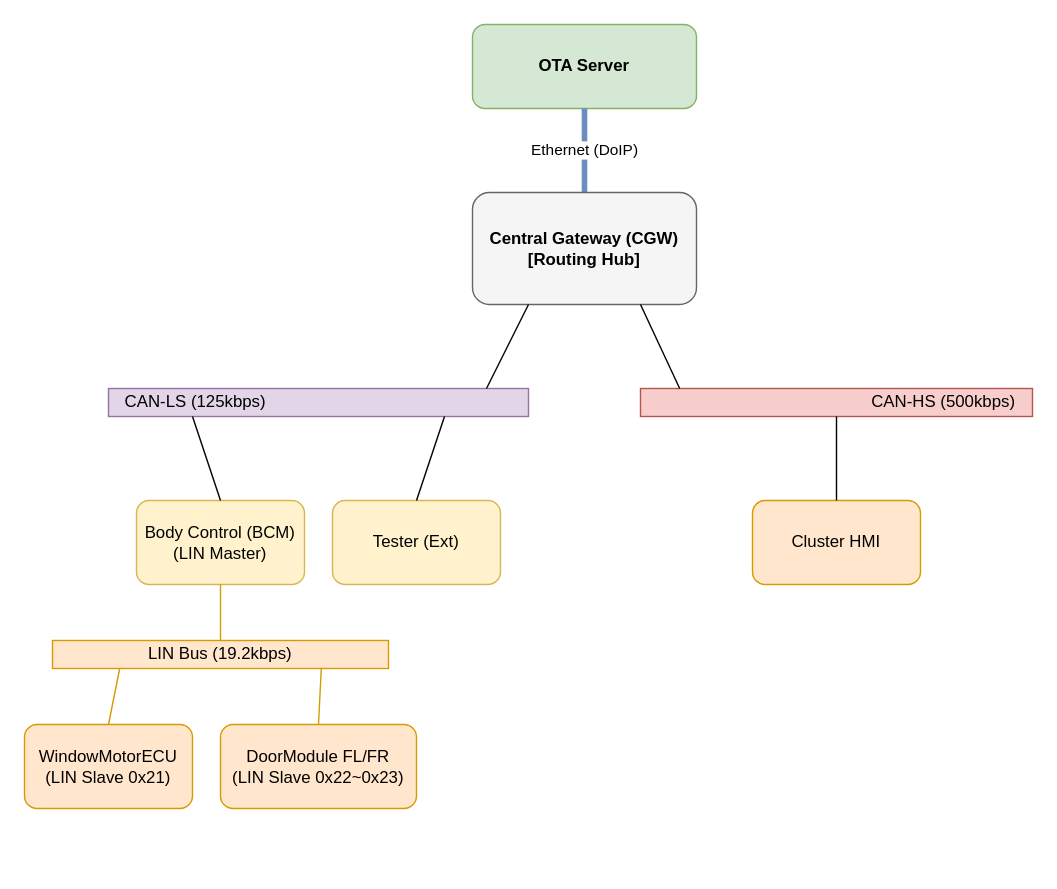
This is page "2. Network Topology" (2 of 4) of docs/sample/02_Make_Diagrams.drawio from VectorCANoe/canoe-driving-alert, a draw.io file, before an edit. Source tidied: cells renumbered, new cells numbered last; positions are measured from the earlier drawing's top-left corner, leaving out a move shared by most shapes. Both pictures are drawn from the tidied source at 140%, with x=0, y=0 at pixel (24, 24).
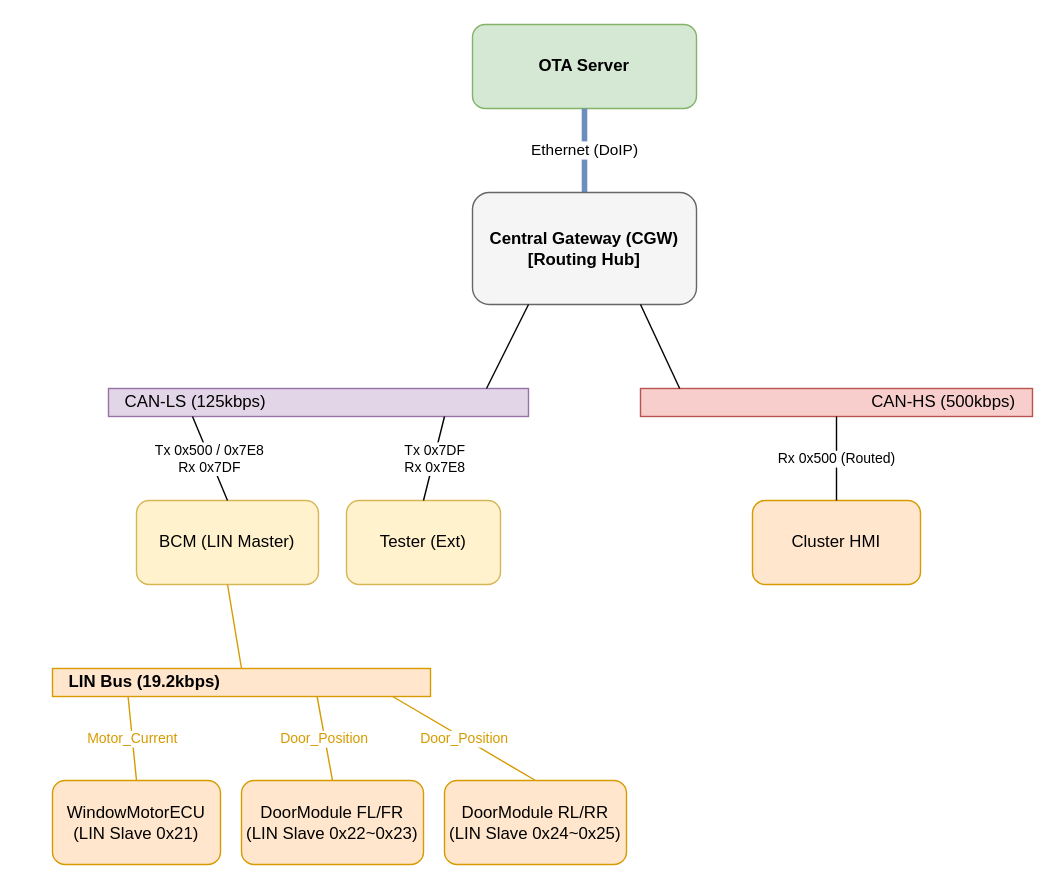
The same diagram, later.

The change refers to these unchanged cells:
```xml
<mxCell id="5" value="CAN-LS (125kbps)" style="rounded=0;whiteSpace=wrap;html=1;fillColor=#e1d5e7;strokeColor=#9673a6;align=left;spacingLeft=10;" parent="1" vertex="1">
  <mxGeometry x="60" y="260" width="300" height="20" as="geometry" />
</mxCell>
<mxCell id="6" value="CAN-HS (500kbps)" style="rounded=0;whiteSpace=wrap;html=1;fillColor=#f8cecc;strokeColor=#b85450;align=right;spacingRight=10;" parent="1" vertex="1">
  <mxGeometry x="440" y="260" width="280" height="20" as="geometry" />
</mxCell>
<mxCell id="17" value="Cluster HMI" style="rounded=1;whiteSpace=wrap;html=1;fillColor=#ffe6cc;strokeColor=#d79b00;" parent="1" vertex="1">
  <mxGeometry x="520" y="340" width="120" height="60" as="geometry" />
</mxCell>
```

Change to the diagram source:
```diff
@@
-    <mxCell id="9" value="Body Control (BCM)&#10;(LIN Master)" style="rounded=1;whiteSpace=wrap;html=1;fillColor=#fff2cc;strokeColor=#d6b656;" parent="1" vertex="1">
-      <mxGeometry x="80" y="340" width="120" height="60" as="geometry" />
+    <mxCell id="9" value="BCM (LIN Master)" style="rounded=1;whiteSpace=wrap;html=1;fillColor=#fff2cc;strokeColor=#d6b656;" parent="1" vertex="1">
+      <mxGeometry x="80" y="340" width="130" height="60" as="geometry" />
     </mxCell>
-    <mxCell id="10" value="LIN Bus (19.2kbps)" style="rounded=0;whiteSpace=wrap;html=1;fillColor=#ffe6cc;strokeColor=#d79b00;align=center;" parent="1" vertex="1">
-      <mxGeometry x="20" y="440" width="240" height="20" as="geometry" />
-    </mxCell>
-    <mxCell id="11" style="endArrow=none;html=1;exitX=0.5;exitY=1;exitDx=0;exitDy=0;entryX=0.5;entryY=0;entryDx=0;entryDy=0;strokeColor=#d79b00;" parent="1" edge="1" source="9" target="10">
-      <mxGeometry relative="1" as="geometry" />
-    </mxCell>
-    <mxCell id="12" value="WindowMotorECU&#10;(LIN Slave 0x21)" style="rounded=1;whiteSpace=wrap;html=1;fillColor=#ffe6cc;strokeColor=#d79b00;" parent="1" vertex="1">
-      <mxGeometry y="500" width="120" height="60" as="geometry" />
-    </mxCell>
-    <mxCell id="13" value="DoorModule FL/FR&#10;(LIN Slave 0x22~0x23)" style="rounded=1;whiteSpace=wrap;html=1;fillColor=#ffe6cc;strokeColor=#d79b00;" parent="1" vertex="1">
-      <mxGeometry x="140" y="500" width="140" height="60" as="geometry" />
-    </mxCell>
-    <mxCell id="14" style="endArrow=none;html=1;exitX=0.2;exitY=1;exitDx=0;exitDy=0;entryX=0.5;entryY=0;entryDx=0;entryDy=0;strokeColor=#d79b00;" parent="1" edge="1" source="10" target="12">
-      <mxGeometry relative="1" as="geometry" />
-    </mxCell>
-    <mxCell id="15" style="endArrow=none;html=1;exitX=0.8;exitY=1;exitDx=0;exitDy=0;entryX=0.5;entryY=0;entryDx=0;entryDy=0;strokeColor=#d79b00;" parent="1" edge="1" source="10" target="13">
-      <mxGeometry relative="1" as="geometry" />
-    </mxCell>
     <mxCell id="16" value="Tester (Ext)" style="rounded=1;whiteSpace=wrap;html=1;fillColor=#fff2cc;strokeColor=#d6b656;" parent="1" vertex="1">
-      <mxGeometry x="220" y="340" width="120" height="60" as="geometry" />
+      <mxGeometry x="230" y="340" width="110" height="60" as="geometry" />
     </mxCell>
@@
-    <mxCell id="18" style="endArrow=none;html=1;exitX=0.5;exitY=0;exitDx=0;exitDy=0;entryX=0.2;entryY=1;entryDx=0;entryDy=0;" parent="1" edge="1" source="9" target="5">
+    <mxCell id="18" value="Tx 0x500 / 0x7E8&#10;Rx 0x7DF" style="endArrow=none;html=1;exitX=0.5;exitY=0;exitDx=0;exitDy=0;entryX=0.2;entryY=1;entryDx=0;entryDy=0;labelBackgroundColor=#ffffff;fontSize=10;" parent="1" edge="1" source="9" target="5">
       <mxGeometry relative="1" as="geometry" />
     </mxCell>
-    <mxCell id="19" style="endArrow=none;html=1;exitX=0.5;exitY=0;exitDx=0;exitDy=0;entryX=0.8;entryY=1;entryDx=0;entryDy=0;" parent="1" edge="1" source="16" target="5">
+    <mxCell id="19" value="Tx 0x7DF&#10;Rx 0x7E8" style="endArrow=none;html=1;exitX=0.5;exitY=0;exitDx=0;exitDy=0;entryX=0.8;entryY=1;entryDx=0;entryDy=0;labelBackgroundColor=#ffffff;fontSize=10;" parent="1" edge="1" source="16" target="5">
       <mxGeometry relative="1" as="geometry" />
     </mxCell>
-    <mxCell id="20" style="endArrow=none;html=1;exitX=0.5;exitY=0;exitDx=0;exitDy=0;entryX=0.5;entryY=1;entryDx=0;entryDy=0;" parent="1" edge="1" source="17" target="6">
+    <mxCell id="20" value="Rx 0x500 (Routed)" style="endArrow=none;html=1;exitX=0.5;exitY=0;exitDx=0;exitDy=0;entryX=0.5;entryY=1;entryDx=0;entryDy=0;labelBackgroundColor=#ffffff;fontSize=10;" parent="1" edge="1" source="17" target="6">
       <mxGeometry relative="1" as="geometry" />
     </mxCell>
+    <mxCell id="10" value="LIN Bus (19.2kbps)" style="rounded=0;whiteSpace=wrap;html=1;fillColor=#ffe6cc;strokeColor=#d79b00;align=left;spacingLeft=10;fontStyle=1;" parent="1" vertex="1">
+      <mxGeometry x="20" y="460" width="270" height="20" as="geometry" />
+    </mxCell>
+    <mxCell id="11" style="endArrow=none;html=1;exitX=0.5;exitY=1;exitDx=0;exitDy=0;entryX=0.5;entryY=0;entryDx=0;entryDy=0;strokeColor=#d79b00;" parent="1" edge="1" source="9" target="10">
+      <mxGeometry relative="1" as="geometry" />
+    </mxCell>
+    <mxCell id="12" value="WindowMotorECU&#10;(LIN Slave 0x21)" style="rounded=1;whiteSpace=wrap;html=1;fillColor=#ffe6cc;strokeColor=#d79b00;" parent="1" vertex="1">
+      <mxGeometry x="20" y="540" width="120" height="60" as="geometry" />
+    </mxCell>
+    <mxCell id="13" value="DoorModule FL/FR&#10;(LIN Slave 0x22~0x23)" style="rounded=1;whiteSpace=wrap;html=1;fillColor=#ffe6cc;strokeColor=#d79b00;" parent="1" vertex="1">
+      <mxGeometry x="155" y="540" width="130" height="60" as="geometry" />
+    </mxCell>
+    <mxCell id="21" value="DoorModule RL/RR&#10;(LIN Slave 0x24~0x25)" style="rounded=1;whiteSpace=wrap;html=1;fillColor=#ffe6cc;strokeColor=#d79b00;" parent="1" vertex="1">
+      <mxGeometry x="300" y="540" width="130" height="60" as="geometry" />
+    </mxCell>
+    <mxCell id="22" value="Motor_Current" style="endArrow=none;html=1;exitX=0.5;exitY=0;exitDx=0;exitDy=0;entryX=0.2;entryY=1;entryDx=0;entryDy=0;strokeColor=#d79b00;fontColor=#d79b00;fontSize=10;" parent="1" edge="1" source="12" target="10">
+      <mxGeometry relative="1" as="geometry" />
+    </mxCell>
+    <mxCell id="23" value="Door_Position" style="endArrow=none;html=1;exitX=0.5;exitY=0;exitDx=0;exitDy=0;entryX=0.7;entryY=1;entryDx=0;entryDy=0;strokeColor=#d79b00;fontColor=#d79b00;fontSize=10;" parent="1" edge="1" source="13" target="10">
+      <mxGeometry relative="1" as="geometry" />
+    </mxCell>
+    <mxCell id="24" value="Door_Position" style="endArrow=none;html=1;exitX=0.5;exitY=0;exitDx=0;exitDy=0;entryX=0.9;entryY=1;entryDx=0;entryDy=0;strokeColor=#d79b00;fontColor=#d79b00;fontSize=10;" parent="1" edge="1" source="21" target="10">
+      <mxGeometry relative="1" as="geometry" />
+    </mxCell>
```
